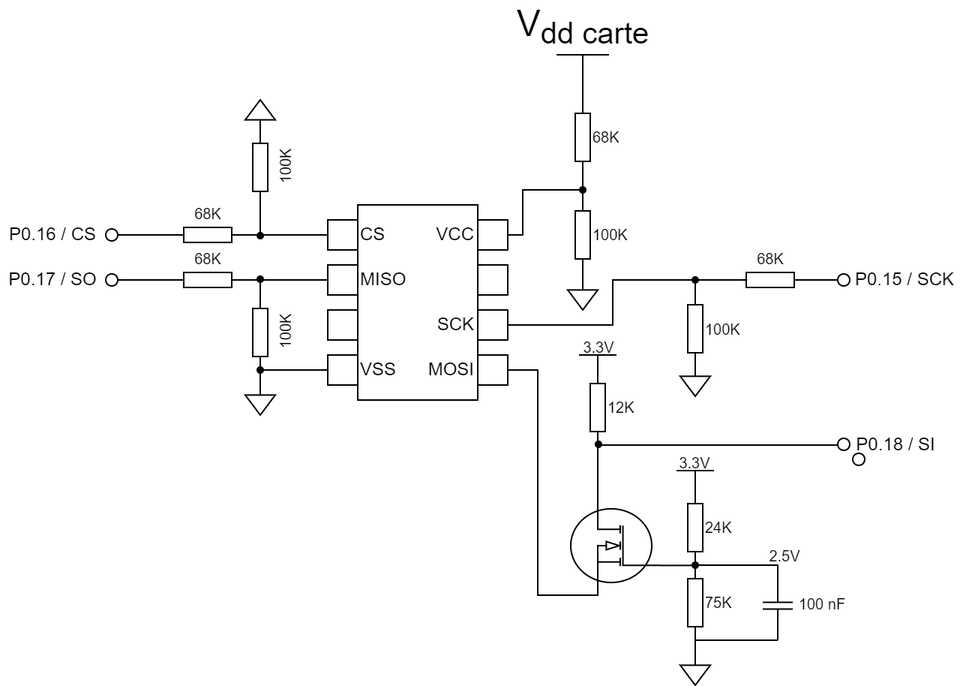
Earlier version of the draw.io export Schemas/Branchement_memoire.png (Ithoh/ProjetSynthe). Source tidied: cells renumbered, new cells last; positions are measured from the earlier drawing's top-left corner, leaving out a move shared by most shapes.
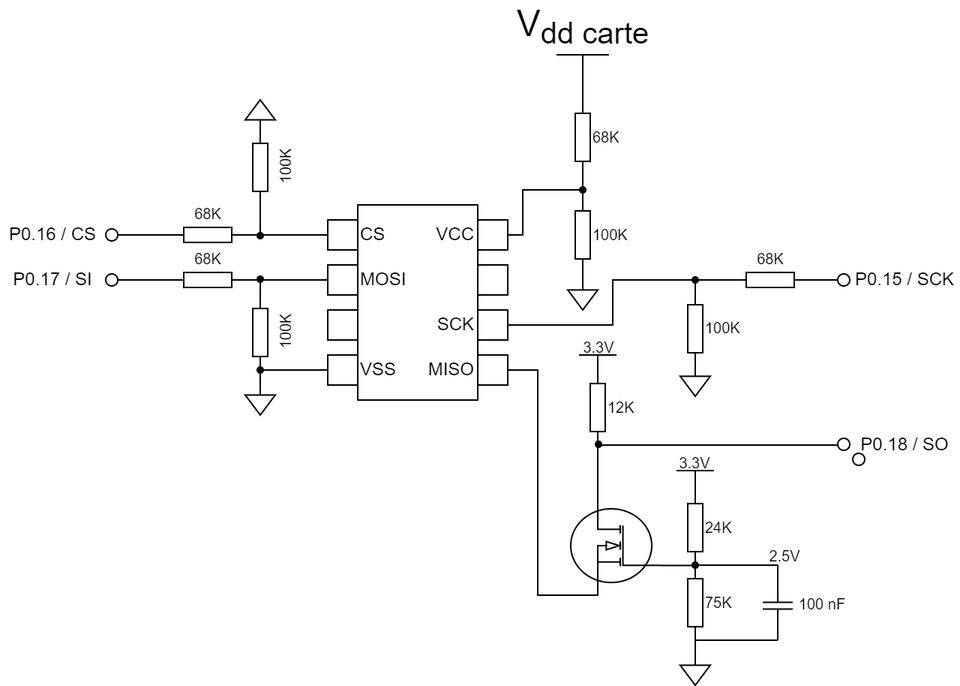
The same file after the commit.

Diff of the diagram source:
```diff
@@ -8,7 +8,7 @@
     <mxCell id="3" value="CS" style="rounded=0;whiteSpace=wrap;html=1;labelPosition=right;verticalLabelPosition=middle;align=left;verticalAlign=middle;" parent="1" vertex="1">
       <mxGeometry x="218" y="110" width="20" height="20" as="geometry" />
     </mxCell>
-    <mxCell id="4" value="MISO" style="rounded=0;whiteSpace=wrap;html=1;labelPosition=right;verticalLabelPosition=middle;align=left;verticalAlign=middle;" parent="1" vertex="1">
+    <mxCell id="4" value="MOSI" style="rounded=0;whiteSpace=wrap;html=1;labelPosition=right;verticalLabelPosition=middle;align=left;verticalAlign=middle;" parent="1" vertex="1">
       <mxGeometry x="218" y="140" width="20" height="20" as="geometry" />
     </mxCell>
     <mxCell id="5" style="rounded=0;whiteSpace=wrap;html=1;" parent="1" vertex="1">
@@ -48,7 +48,7 @@
         <mxPoint x="358" y="280" as="targetPoint" />
       </mxGeometry>
     </mxCell>
-    <mxCell id="13" value="MOSI" style="rounded=0;whiteSpace=wrap;html=1;labelPosition=left;verticalLabelPosition=middle;align=right;verticalAlign=middle;" parent="1" vertex="1">
+    <mxCell id="13" value="MISO" style="rounded=0;whiteSpace=wrap;html=1;labelPosition=left;verticalLabelPosition=middle;align=right;verticalAlign=middle;" parent="1" vertex="1">
       <mxGeometry x="318" y="200" width="20" height="20" as="geometry" />
     </mxCell>
     <mxCell id="14" style="edgeStyle=orthogonalEdgeStyle;rounded=0;jettySize=auto;html=1;exitX=1;exitY=0.5;exitDx=0;exitDy=0;exitPerimeter=0;entryX=0;entryY=0.5;entryDx=0;entryDy=0;endArrow=none;endFill=0;" parent="1" edge="1" source="16" target="3">
@@ -103,7 +103,7 @@
     <mxCell id="27" value="100K" style="verticalLabelPosition=bottom;shadow=0;dashed=0;align=center;html=1;verticalAlign=top;shape=mxgraph.electrical.resistors.resistor_1;rotation=-90;labelPosition=center;fontSize=10;" parent="1" vertex="1">
       <mxGeometry x="148" y="180" width="50" height="10" as="geometry" />
     </mxCell>
-    <mxCell id="28" value="P0.17 / SO" style="text;html=1;strokeColor=none;fillColor=none;align=center;verticalAlign=middle;whiteSpace=wrap;rounded=0;" parent="1" vertex="1">
+    <mxCell id="28" value="P0.17 / SI" style="text;html=1;strokeColor=none;fillColor=none;align=center;verticalAlign=middle;whiteSpace=wrap;rounded=0;" parent="1" vertex="1">
       <mxGeometry y="142" width="70" height="15" as="geometry" />
     </mxCell>
     <mxCell id="29" style="verticalLabelPosition=bottom;shadow=0;dashed=0;align=center;html=1;verticalAlign=top;shape=mxgraph.electrical.signal_sources.signal_ground;direction=east;" parent="1" vertex="1">
@@ -253,8 +253,8 @@
         <mxPoint x="558" y="260" as="targetPoint" />
       </mxGeometry>
     </mxCell>
-    <mxCell id="67" value="P0.18 / SI" style="text;html=1;strokeColor=none;fillColor=none;align=center;verticalAlign=middle;whiteSpace=wrap;rounded=0;" parent="1" vertex="1">
-      <mxGeometry x="568" y="252" width="58" height="15" as="geometry" />
+    <mxCell id="67" value="P0.18 / SO" style="text;html=1;strokeColor=none;fillColor=none;align=center;verticalAlign=middle;whiteSpace=wrap;rounded=0;" parent="1" vertex="1">
+      <mxGeometry x="568" y="252" width="70" height="15" as="geometry" />
     </mxCell>
     <mxCell id="68" style="ellipse;whiteSpace=wrap;html=1;fontSize=10;fillColor=#000000;" parent="1" vertex="1">
       <mxGeometry x="171" y="147.5" width="4" height="4" as="geometry" />
```
